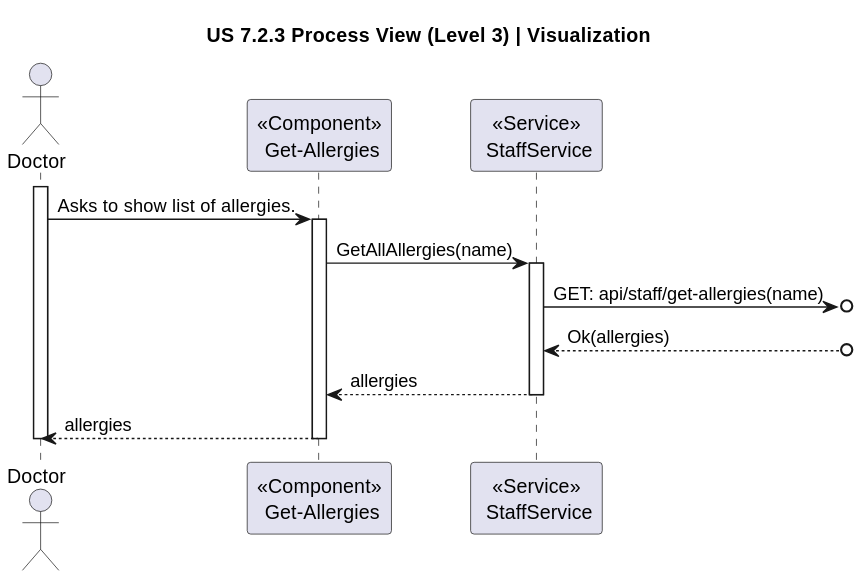
The PlantUML diagram docs/sprint-3/1220738/us-7.2.3/diagrams/views/process-view-level-3-visualization.svg in rita-barbosa/LAPR5-2425, before a commit.
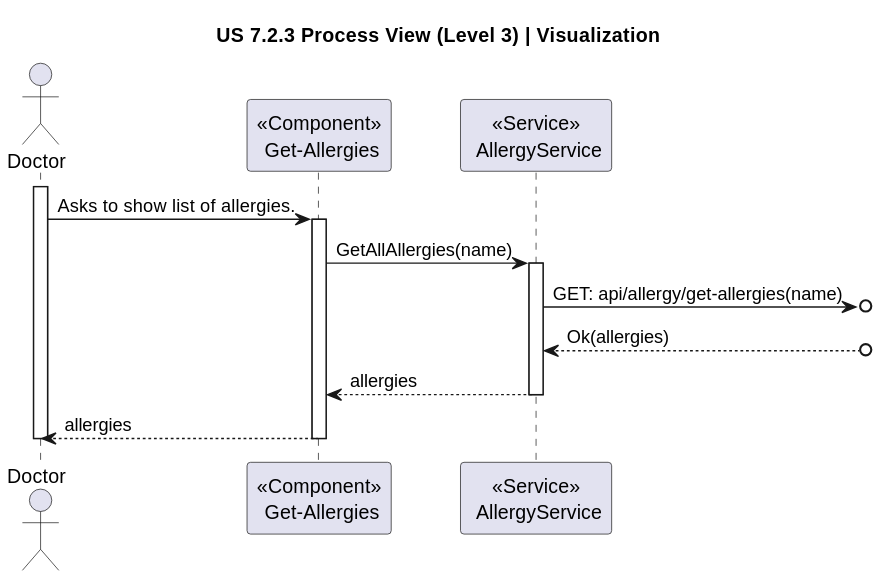
After the commit.

Change to the diagram source:
```diff
@@ -3,14 +3,14 @@
 
 actor Doctor
 participant "<<Component>>\n Get-Allergies" as USER
-participant "<<Service>>\n StaffService" as SERV
+participant "<<Service>>\n AllergyService" as SERV
 
 activate Doctor
     Doctor -> USER : Asks to show list of allergies.
     activate USER
         USER -> SERV : GetAllAllergies(name)
         activate SERV
-            SERV ->o] : GET: api/staff/get-allergies(name)
+            SERV ->o] : GET: api/allergy/get-allergies(name)
             SERV <--o] : Ok(allergies)
             SERV --> USER : allergies
         deactivate SERV
```
